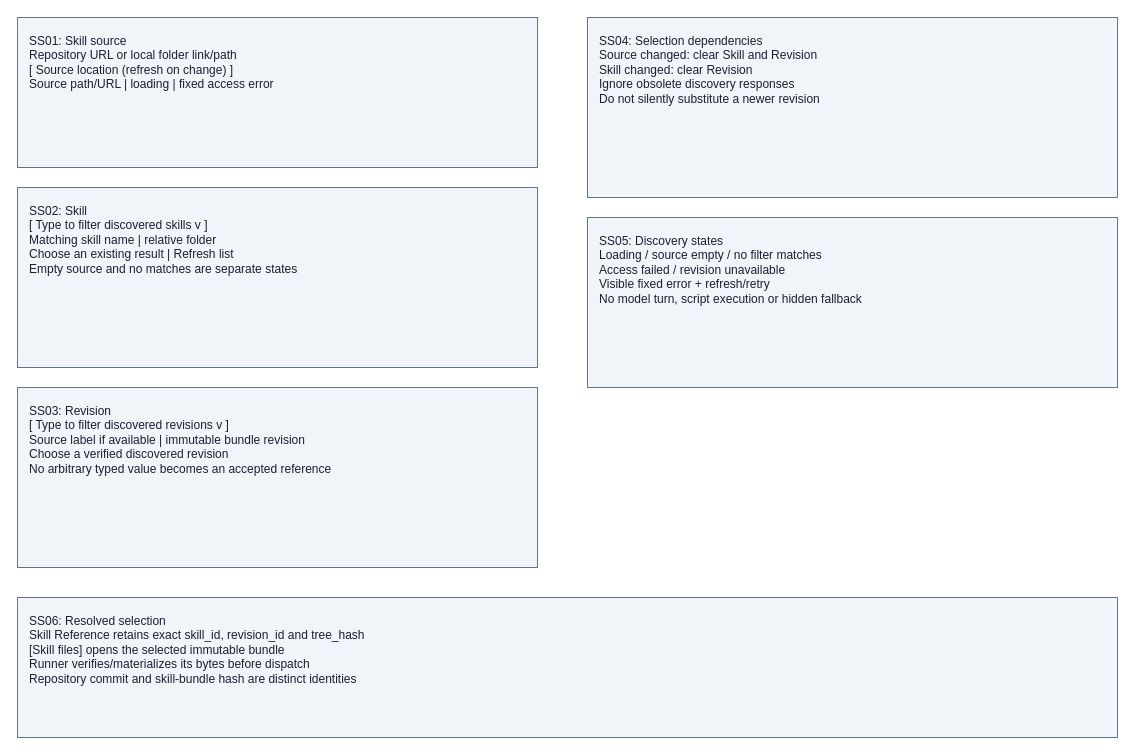
Above: page "Skill source selection" (1 of 2) of projects/laomedo/subsystems/skill-registry/design/skill-source-selection.drawio in amadou-6e/specs (draw.io), before the change. Source tidied: cells renumbered, new cells numbered last; positions are measured from the earlier drawing's top-left corner, leaving out a move shared by most shapes. Both pictures are drawn from the tidied source at 100%, with x=0, y=0 at pixel (17, 17).
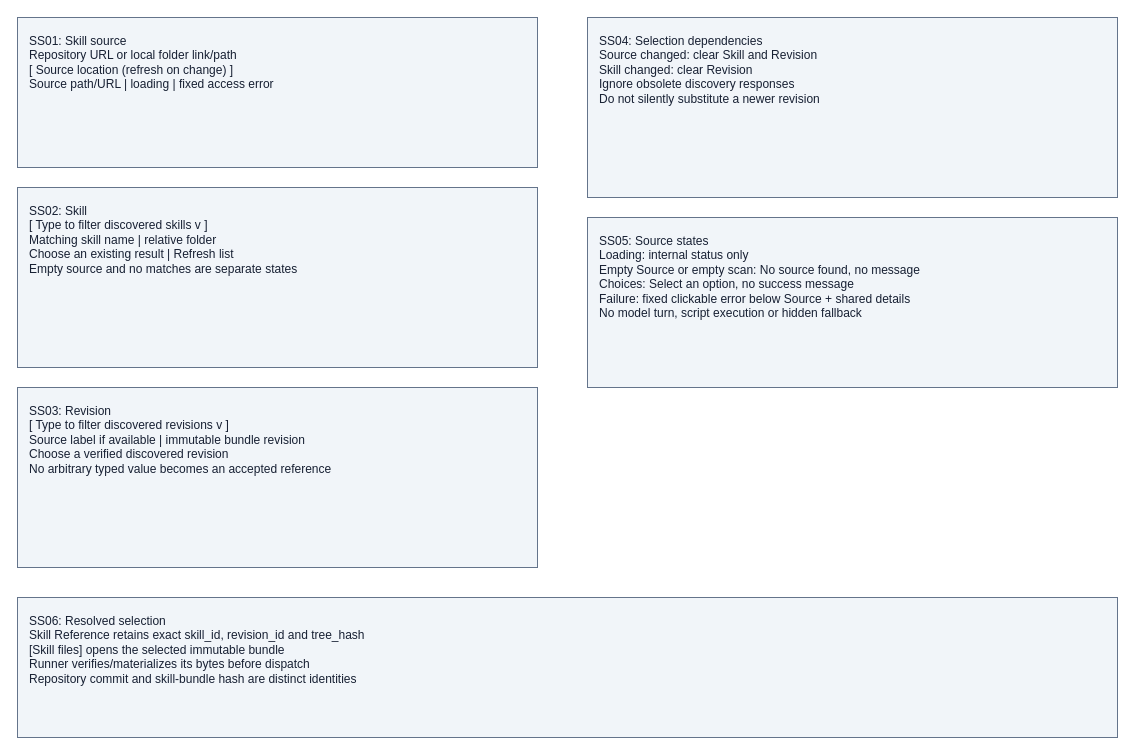
Above is the later version.

Commit message (it also covers changes not shown here):
Align source state requirements with the quiet Skill node layout

Change to the diagram source:
```diff
@@
 <mxGraphModel>
   <root>
     <mxCell id="0" />
     <mxCell id="1" parent="0" />
     <mxCell id="2" value="SS01: Skill source&#10;Repository URL or local folder link/path&#10;[ Source location (refresh on change)     ]&#10;Source path/URL | loading | fixed access error" style="rounded=0;whiteSpace=wrap;html=0;align=left;verticalAlign=top;spacing=12;fillColor=#f1f5f9;strokeColor=#64748b;fontColor=#172033;" parent="1" vertex="1">
       <mxGeometry width="520" height="150" as="geometry" />
     </mxCell>
     <mxCell id="3" value="SS02: Skill&#10;[ Type to filter discovered skills        v ]&#10;Matching skill name | relative folder&#10;Choose an existing result | Refresh list&#10;Empty source and no matches are separate states" style="rounded=0;whiteSpace=wrap;html=0;align=left;verticalAlign=top;spacing=12;fillColor=#f1f5f9;strokeColor=#64748b;fontColor=#172033;" parent="1" vertex="1">
       <mxGeometry y="170" width="520" height="180" as="geometry" />
     </mxCell>
     <mxCell id="4" value="SS03: Revision&#10;[ Type to filter discovered revisions     v ]&#10;Source label if available | immutable bundle revision&#10;Choose a verified discovered revision&#10;No arbitrary typed value becomes an accepted reference" style="rounded=0;whiteSpace=wrap;html=0;align=left;verticalAlign=top;spacing=12;fillColor=#f1f5f9;strokeColor=#64748b;fontColor=#172033;" parent="1" vertex="1">
       <mxGeometry y="370" width="520" height="180" as="geometry" />
     </mxCell>
     <mxCell id="5" value="SS04: Selection dependencies&#10;Source changed: clear Skill and Revision&#10;Skill changed: clear Revision&#10;Ignore obsolete discovery responses&#10;Do not silently substitute a newer revision" style="rounded=0;whiteSpace=wrap;html=0;align=left;verticalAlign=top;spacing=12;fillColor=#f1f5f9;strokeColor=#64748b;fontColor=#172033;" parent="1" vertex="1">
       <mxGeometry x="570" width="530" height="180" as="geometry" />
     </mxCell>
-    <mxCell id="6" value="SS05: Discovery states&#10;Loading / source empty / no filter matches&#10;Access failed / revision unavailable&#10;Visible fixed error + refresh/retry&#10;No model turn, script execution or hidden fallback" style="rounded=0;whiteSpace=wrap;html=0;align=left;verticalAlign=top;spacing=12;fillColor=#f1f5f9;strokeColor=#64748b;fontColor=#172033;" parent="1" vertex="1">
+    <mxCell id="6" value="SS05: Source states&#10;Loading: internal status only&#10;Empty Source or empty scan: No source found, no message&#10;Choices: Select an option, no success message&#10;Failure: fixed clickable error below Source + shared details&#10;No model turn, script execution or hidden fallback" style="rounded=0;whiteSpace=wrap;html=0;align=left;verticalAlign=top;spacing=12;fillColor=#f1f5f9;strokeColor=#64748b;fontColor=#172033;" parent="1" vertex="1">
       <mxGeometry x="570" y="200" width="530" height="170" as="geometry" />
     </mxCell>
     <mxCell id="7" value="SS06: Resolved selection&#10;Skill Reference retains exact skill_id, revision_id and tree_hash&#10;[Skill files] opens the selected immutable bundle&#10;Runner verifies/materializes its bytes before dispatch&#10;Repository commit and skill-bundle hash are distinct identities" style="rounded=0;whiteSpace=wrap;html=0;align=left;verticalAlign=top;spacing=12;fillColor=#f1f5f9;strokeColor=#64748b;fontColor=#172033;" parent="1" vertex="1">
       <mxGeometry y="580" width="1100" height="140" as="geometry" />
     </mxCell>
   </root>
 </mxGraphModel>
```
